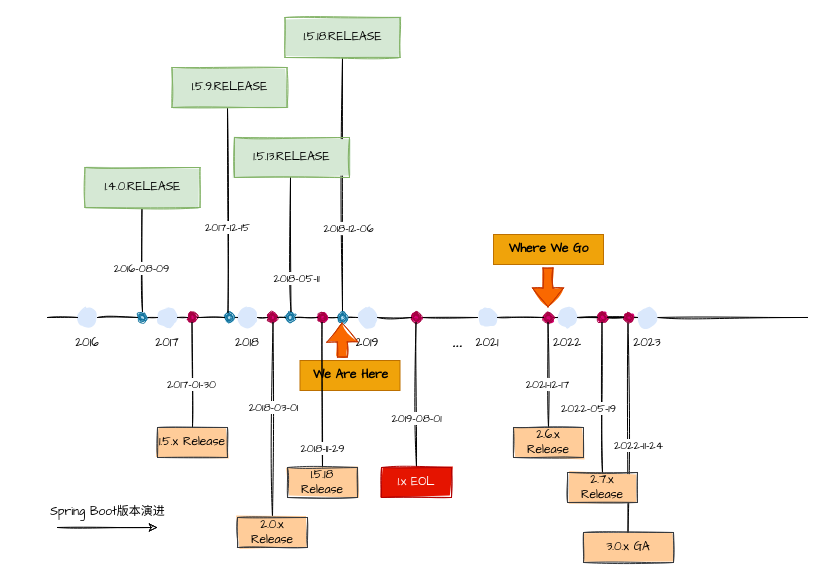
yindongjun/gangzhang.github.io keeps this draw.io diagram as Spring timeline.drawio. Above is the earlier version. Source tidied: cells renumbered, new cells numbered last; positions are measured from the earlier drawing's top-left corner, leaving out a move shared by most shapes. Both pictures are drawn from the tidied source at 100%, with x=0, y=0 at pixel (37, 17).
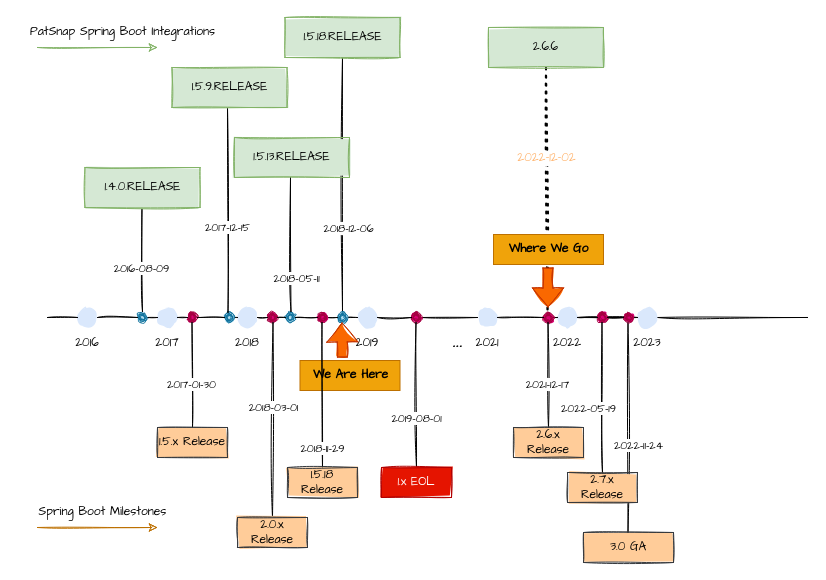
The same diagram, later.

Diff of the diagram source:
```diff
@@
+    <mxCell id="88" style="endArrow=none;dashed=1;html=1;dashPattern=1 3;strokeWidth=2;rounded=0;sketch=1;fillStyle=solid;fontFamily=Comic Sans MS;fontSize=12;fontColor=#FFB570;entryX=0.5;entryY=1;entryDx=0;entryDy=0;" parent="1" edge="1" target="92">
+      <mxGeometry relative="1" as="geometry">
+        <mxPoint x="510" y="300" as="sourcePoint" />
+      </mxGeometry>
+    </mxCell>
+    <mxCell id="89" value="2022-12-02" style="edgeLabel;html=1;align=center;verticalAlign=middle;fontSize=12;fontFamily=Comic Sans MS;fontColor=#FFB570;" parent="88" vertex="1">
+      <mxGeometry x="0.28" y="1" relative="1" as="geometry" />
+    </mxCell>
@@
-    <mxCell id="57" value="&lt;span style=&quot;&quot;&gt;3.0.x GA&lt;/span&gt;" style="rounded=0;whiteSpace=wrap;html=1;sketch=1;fillStyle=solid;strokeColor=#36393d;fontFamily=Comic Sans MS;fontSize=12;fillColor=#ffcc99;" parent="1" vertex="1">
+    <mxCell id="57" value="&lt;span style=&quot;&quot;&gt;3.0 GA&lt;/span&gt;" style="rounded=0;whiteSpace=wrap;html=1;sketch=1;fillStyle=solid;strokeColor=#36393d;fontFamily=Comic Sans MS;fontSize=12;fillColor=#ffcc99;" parent="1" vertex="1">
       <mxGeometry x="546" y="515" width="90" height="30" as="geometry" />
     </mxCell>
@@
-    <mxCell id="59" style="endArrow=classic;html=1;rounded=0;sketch=1;fontFamily=Comic Sans MS;fontSize=12;" parent="1" edge="1">
+    <mxCell id="59" style="endArrow=classic;html=1;rounded=0;sketch=1;fontFamily=Comic Sans MS;fontSize=12;fillColor=#f0a30a;strokeColor=#BD7000;" parent="1" edge="1">
       <mxGeometry relative="1" as="geometry">
-        <mxPoint x="20" y="510" as="sourcePoint" />
+        <mxPoint y="510" as="sourcePoint" />
         <mxPoint x="120" y="510" as="targetPoint" />
       </mxGeometry>
     </mxCell>
-    <mxCell id="60" value="Spring Boot版本演进" style="text;html=1;align=center;verticalAlign=middle;strokeColor=none;fillColor=none;fontSize=12;fontFamily=Comic Sans MS;" parent="1" vertex="1">
-      <mxGeometry y="480" width="140" height="30" as="geometry" />
+    <mxCell id="60" value="Spring Boot Milestones" style="text;html=1;align=center;verticalAlign=middle;strokeColor=none;fillColor=none;fontSize=12;fontFamily=Comic Sans MS;" parent="1" vertex="1">
+      <mxGeometry x="-10" y="480" width="150" height="30" as="geometry" />
     </mxCell>
@@
+    <mxCell id="90" style="endArrow=classic;html=1;rounded=0;sketch=1;fontFamily=Comic Sans MS;fontSize=12;fillColor=#d5e8d4;strokeColor=#82b366;" parent="1" edge="1">
+      <mxGeometry relative="1" as="geometry">
+        <mxPoint y="30" as="sourcePoint" />
+        <mxPoint x="120" y="30" as="targetPoint" />
+      </mxGeometry>
+    </mxCell>
+    <mxCell id="91" value="PatSnap Spring Boot Integrations" style="text;html=1;align=center;verticalAlign=middle;strokeColor=none;fillColor=none;fontSize=12;fontFamily=Comic Sans MS;" parent="1" vertex="1">
+      <mxGeometry x="-20" width="210" height="30" as="geometry" />
+    </mxCell>
+    <mxCell id="92" value="&lt;span style=&quot;&quot;&gt;2.6.6&lt;/span&gt;" style="rounded=0;whiteSpace=wrap;html=1;sketch=1;fillStyle=solid;strokeColor=#82b366;fontFamily=Comic Sans MS;fontSize=12;fillColor=#d5e8d4;" parent="1" vertex="1">
+      <mxGeometry x="451" y="10" width="115" height="40" as="geometry" />
+    </mxCell>
```
